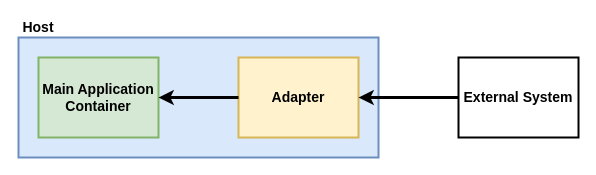
wuyichen24/system-design-knowledge keeps this draw.io diagram as diagrams/draw_io/adapter_small.drawio. Above is the earlier version. Source tidied: cells renumbered, new cells numbered last; positions are measured from the earlier drawing's top-left corner, leaving out a move shared by most shapes. Both pictures are drawn from the tidied source at 100%, with x=0, y=0 at pixel (18, 17).
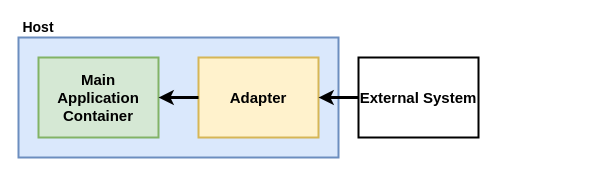
The same diagram, later.

Diff of the diagram source:
```diff
@@
 <mxGraphModel>
   <root>
     <mxCell id="0" />
     <mxCell id="1" parent="0" />
     <mxCell id="2" style="rounded=0;whiteSpace=wrap;html=1;strokeWidth=2;fillColor=#dae8fc;strokeColor=#6c8ebf;" parent="1" vertex="1">
-      <mxGeometry y="20" width="360" height="120" as="geometry" />
+      <mxGeometry y="20" width="320" height="120" as="geometry" />
     </mxCell>
-    <mxCell id="3" value="&lt;font size=&quot;1&quot;&gt;&lt;b style=&quot;font-size: 14px&quot;&gt;Main Application Container&lt;/b&gt;&lt;/font&gt;" style="rounded=0;whiteSpace=wrap;html=1;strokeWidth=2;fillColor=#d5e8d4;strokeColor=#82b366;" parent="1" vertex="1">
+    <mxCell id="3" value="&lt;font size=&quot;1&quot;&gt;&lt;b style=&quot;font-size: 15px&quot;&gt;Main Application Container&lt;/b&gt;&lt;/font&gt;" style="rounded=0;whiteSpace=wrap;html=1;strokeWidth=2;fillColor=#d5e8d4;strokeColor=#82b366;" parent="1" vertex="1">
       <mxGeometry x="20" y="40" width="120" height="80" as="geometry" />
     </mxCell>
-    <mxCell id="4" value="&lt;span style=&quot;font-size: 14px&quot;&gt;&lt;b&gt;Adapter&lt;/b&gt;&lt;/span&gt;" style="rounded=0;whiteSpace=wrap;html=1;strokeWidth=2;fillColor=#fff2cc;strokeColor=#d6b656;" parent="1" vertex="1">
-      <mxGeometry x="220" y="40" width="120" height="80" as="geometry" />
+    <mxCell id="4" value="&lt;span style=&quot;font-size: 15px&quot;&gt;&lt;b&gt;Adapter&lt;/b&gt;&lt;/span&gt;" style="rounded=0;whiteSpace=wrap;html=1;strokeWidth=2;fillColor=#fff2cc;strokeColor=#d6b656;" parent="1" vertex="1">
+      <mxGeometry x="180" y="40" width="120" height="80" as="geometry" />
     </mxCell>
-    <mxCell id="5" style="endArrow=none;html=1;strokeWidth=3;entryX=0;entryY=0.5;entryDx=0;entryDy=0;exitX=1;exitY=0.5;exitDx=0;exitDy=0;startArrow=classic;startFill=1;endFill=0;" parent="1" edge="1" source="3" target="4">
+    <mxCell id="5" style="endArrow=none;html=1;strokeWidth=3;exitX=1;exitY=0.5;exitDx=0;exitDy=0;entryX=0;entryY=0.5;entryDx=0;entryDy=0;endFill=0;startArrow=classic;startFill=1;" parent="1" edge="1" source="3" target="4">
       <mxGeometry relative="1" as="geometry" />
     </mxCell>
     <mxCell id="6" style="endArrow=none;html=1;strokeWidth=3;exitX=1;exitY=0.5;exitDx=0;exitDy=0;entryX=0;entryY=0.5;entryDx=0;entryDy=0;startArrow=classic;startFill=1;endFill=0;" parent="1" edge="1" source="4" target="7">
       <mxGeometry relative="1" as="geometry" />
     </mxCell>
-    <mxCell id="7" value="&lt;font style=&quot;font-size: 14px&quot;&gt;&lt;b&gt;External System&lt;/b&gt;&lt;/font&gt;" style="rounded=0;whiteSpace=wrap;html=1;strokeWidth=2;" parent="1" vertex="1">
-      <mxGeometry x="440" y="40" width="120" height="80" as="geometry" />
+    <mxCell id="7" value="&lt;font size=&quot;1&quot;&gt;&lt;b style=&quot;font-size: 15px&quot;&gt;External System&lt;/b&gt;&lt;/font&gt;" style="rounded=0;whiteSpace=wrap;html=1;strokeWidth=2;" parent="1" vertex="1">
+      <mxGeometry x="340" y="40" width="120" height="80" as="geometry" />
     </mxCell>
     <mxCell id="8" value="&lt;font style=&quot;font-size: 14px&quot;&gt;&lt;b&gt;Host&lt;/b&gt;&lt;/font&gt;" style="text;html=1;strokeColor=none;fillColor=none;align=center;verticalAlign=middle;whiteSpace=wrap;rounded=0;" parent="1" vertex="1">
       <mxGeometry width="40" height="20" as="geometry" />
     </mxCell>
   </root>
 </mxGraphModel>
```
